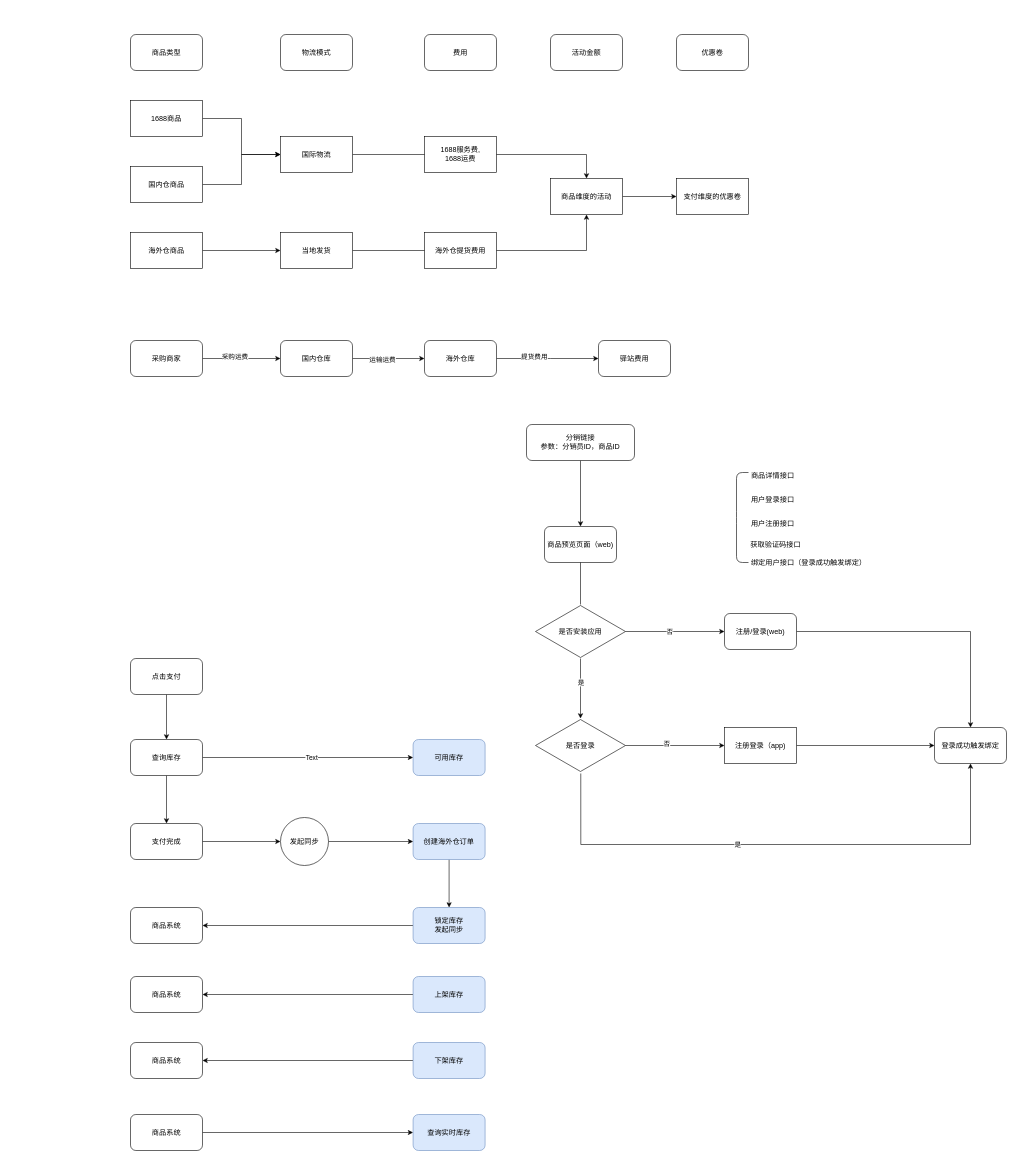
The draw.io diagram orders.drawio in RoastGoose/order-center, before the edit. Source tidied: cells renumbered, new cells numbered last; positions are measured from the earlier drawing's top-left corner, leaving out a move shared by most shapes. Both pictures are drawn from the tidied source at 60%, with x=0, y=0 at pixel (109, 16).
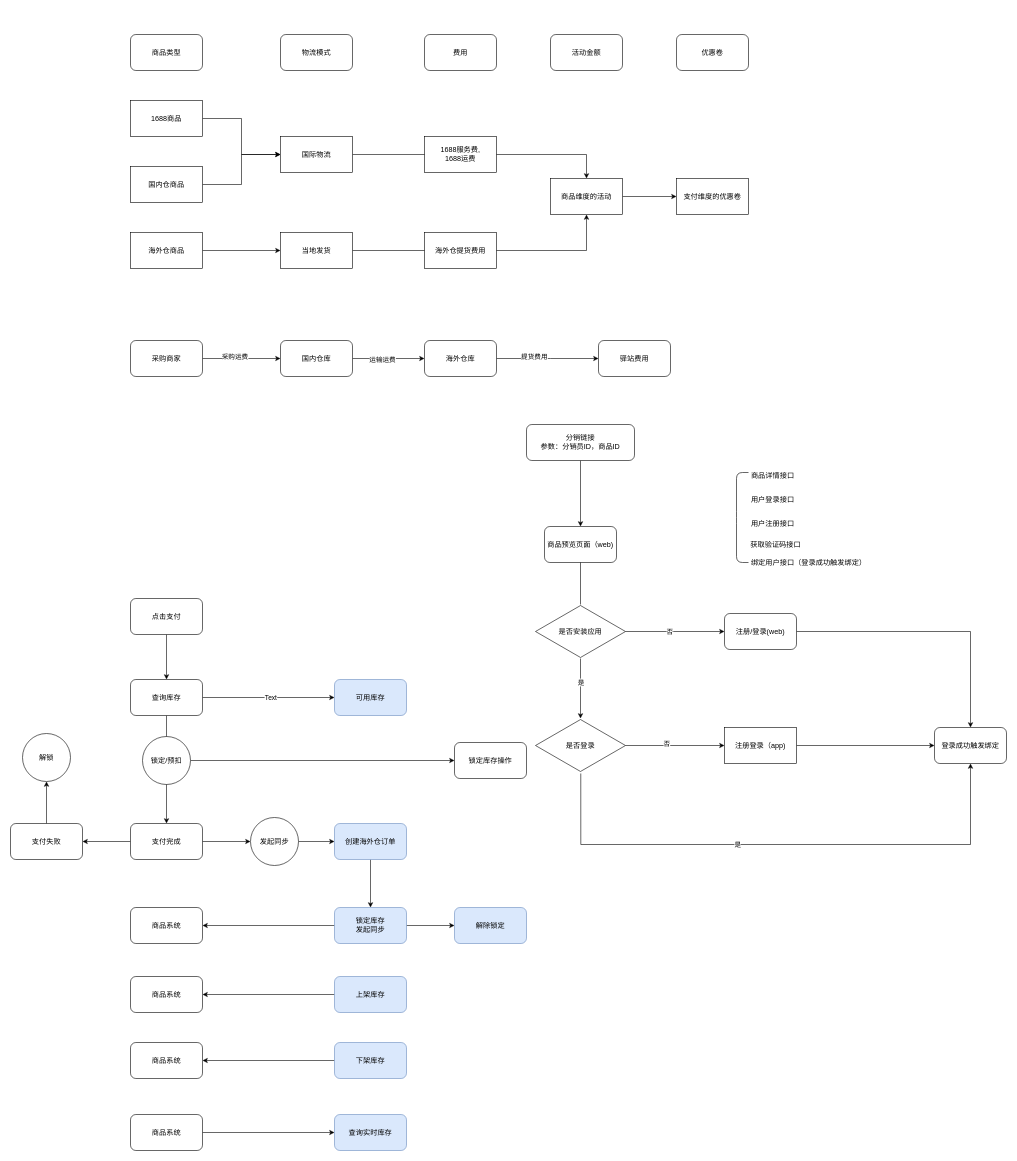
Above is the later version.

The change refers to these unchanged cells:
```xml
<mxCell id="68" value="支付完成" style="rounded=1;whiteSpace=wrap;html=1;" parent="1" vertex="1">
  <mxGeometry x="35" y="1345" width="120" height="60" as="geometry" />
</mxCell>
```

What changed in the source:
```diff
@@
     <mxCell id="59" value="点击支付" style="rounded=1;whiteSpace=wrap;html=1;" parent="1" vertex="1">
-      <mxGeometry x="35" y="1070" width="120" height="60" as="geometry" />
+      <mxGeometry x="35" y="970" width="120" height="60" as="geometry" />
     </mxCell>
     <mxCell id="60" value="可用库存" style="rounded=1;whiteSpace=wrap;html=1;fillColor=#dae8fc;strokeColor=#6c8ebf;" parent="1" vertex="1">
-      <mxGeometry x="506" y="1205" width="120" height="60" as="geometry" />
+      <mxGeometry x="375" y="1105" width="120" height="60" as="geometry" />
     </mxCell>
@@
     <mxCell id="65" value="查询库存" style="rounded=1;whiteSpace=wrap;html=1;" parent="1" vertex="1">
-      <mxGeometry x="35" y="1205" width="120" height="60" as="geometry" />
+      <mxGeometry x="35" y="1105" width="120" height="60" as="geometry" />
     </mxCell>
@@
+    <mxCell id="84" style="edgeStyle=orthogonalEdgeStyle;rounded=0;jettySize=auto;html=1;" parent="1" edge="1" source="68" target="89">
+      <mxGeometry relative="1" as="geometry" />
+    </mxCell>
@@
     <mxCell id="70" value="创建海外仓订单" style="rounded=1;whiteSpace=wrap;html=1;fillColor=#dae8fc;strokeColor=#6c8ebf;" parent="1" vertex="1">
-      <mxGeometry x="506" y="1345" width="120" height="60" as="geometry" />
+      <mxGeometry x="375" y="1345" width="120" height="60" as="geometry" />
     </mxCell>
@@
+    <mxCell id="85" style="edgeStyle=orthogonalEdgeStyle;rounded=0;jettySize=auto;html=1;entryX=0;entryY=0.5;entryDx=0;entryDy=0;" parent="1" edge="1" source="72" target="92">
+      <mxGeometry relative="1" as="geometry" />
+    </mxCell>
     <mxCell id="72" value="锁定库存&lt;br&gt;发起同步" style="rounded=1;whiteSpace=wrap;html=1;fillColor=#dae8fc;strokeColor=#6c8ebf;" parent="1" vertex="1">
-      <mxGeometry x="506" y="1485" width="120" height="60" as="geometry" />
+      <mxGeometry x="375" y="1485" width="120" height="60" as="geometry" />
     </mxCell>
@@
     <mxCell id="74" value="上架库存" style="rounded=1;whiteSpace=wrap;html=1;fillColor=#dae8fc;strokeColor=#6c8ebf;" parent="1" vertex="1">
-      <mxGeometry x="506" y="1600" width="120" height="60" as="geometry" />
+      <mxGeometry x="375" y="1600" width="120" height="60" as="geometry" />
     </mxCell>
@@
     <mxCell id="76" value="下架库存" style="rounded=1;whiteSpace=wrap;html=1;fillColor=#dae8fc;strokeColor=#6c8ebf;" parent="1" vertex="1">
-      <mxGeometry x="506" y="1710" width="120" height="60" as="geometry" />
+      <mxGeometry x="375" y="1710" width="120" height="60" as="geometry" />
     </mxCell>
@@
     <mxCell id="81" value="查询实时库存" style="rounded=1;whiteSpace=wrap;html=1;fillColor=#dae8fc;strokeColor=#6c8ebf;" parent="1" vertex="1">
-      <mxGeometry x="506" y="1830" width="120" height="60" as="geometry" />
+      <mxGeometry x="375" y="1830" width="120" height="60" as="geometry" />
     </mxCell>
@@
     <mxCell id="83" value="发起同步" style="ellipse;whiteSpace=wrap;html=1;rounded=1;" parent="1" vertex="1">
-      <mxGeometry x="285" y="1335" width="80" height="80" as="geometry" />
+      <mxGeometry x="235" y="1335" width="80" height="80" as="geometry" />
     </mxCell>
+    <mxCell id="86" style="edgeStyle=orthogonalEdgeStyle;rounded=0;jettySize=auto;html=1;" parent="1" edge="1" source="87" target="91">
+      <mxGeometry relative="1" as="geometry" />
+    </mxCell>
+    <mxCell id="87" value="锁定/预扣" style="ellipse;whiteSpace=wrap;html=1;" parent="1" vertex="1">
+      <mxGeometry x="55" y="1200" width="80" height="80" as="geometry" />
+    </mxCell>
+    <mxCell id="88" style="edgeStyle=orthogonalEdgeStyle;rounded=0;jettySize=auto;html=1;" parent="1" edge="1" source="89" target="90">
+      <mxGeometry relative="1" as="geometry" />
+    </mxCell>
+    <mxCell id="89" value="支付失败" style="rounded=1;whiteSpace=wrap;html=1;" parent="1" vertex="1">
+      <mxGeometry x="-165" y="1345" width="120" height="60" as="geometry" />
+    </mxCell>
+    <mxCell id="90" value="解锁" style="ellipse;whiteSpace=wrap;html=1;rounded=1;" parent="1" vertex="1">
+      <mxGeometry x="-145" y="1195" width="80" height="80" as="geometry" />
+    </mxCell>
+    <mxCell id="91" value="锁定库存操作" style="whiteSpace=wrap;html=1;rounded=1;" parent="1" vertex="1">
+      <mxGeometry x="575" y="1210" width="120" height="60" as="geometry" />
+    </mxCell>
+    <mxCell id="92" value="解除锁定" style="rounded=1;whiteSpace=wrap;html=1;fillColor=#dae8fc;strokeColor=#6c8ebf;" parent="1" vertex="1">
+      <mxGeometry x="575" y="1485" width="120" height="60" as="geometry" />
+    </mxCell>
```
